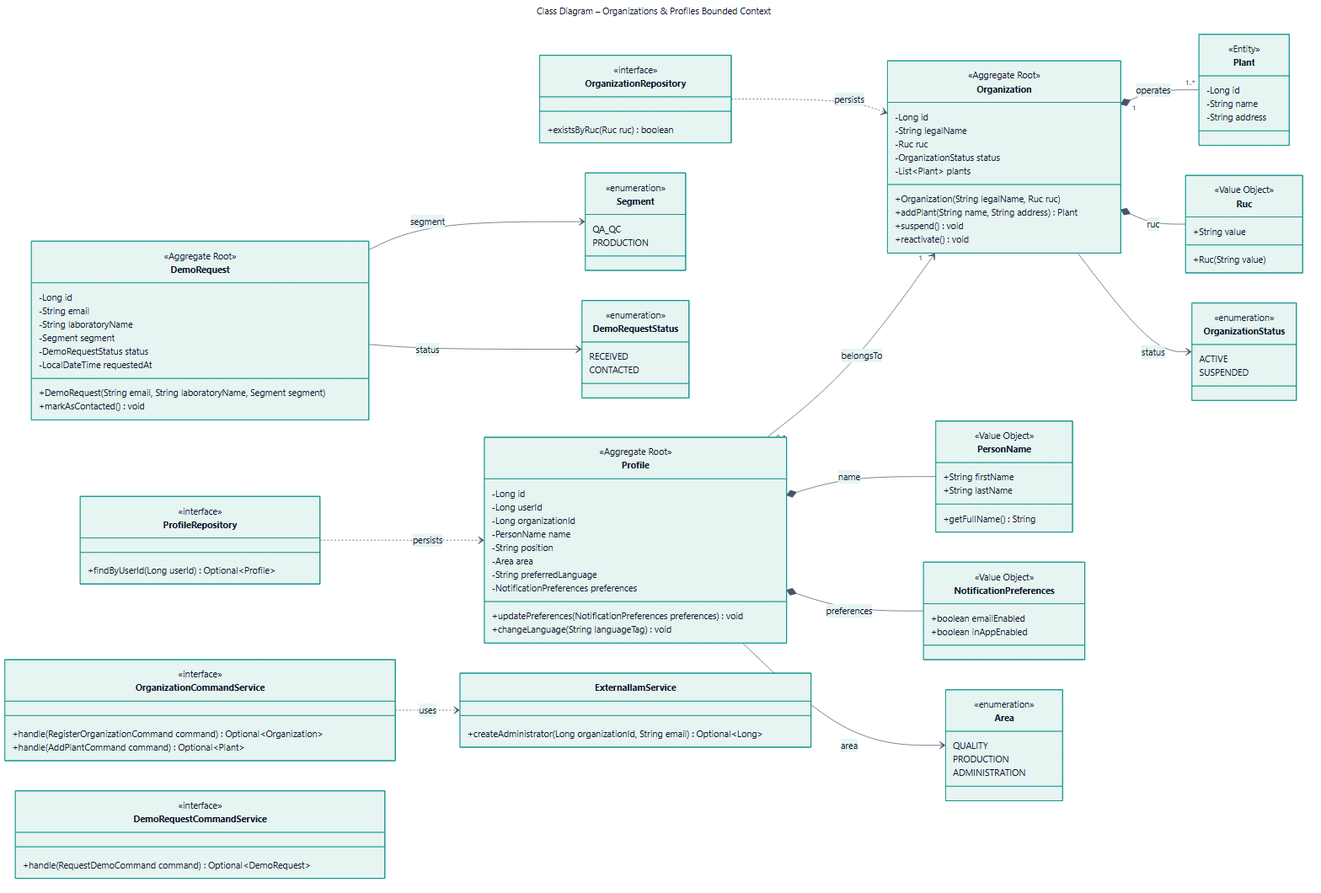
The Mermaid diagram assets/img/chapter4/diagram-class/class-02-organizations.png in IngesCompany-7742/IngesCompany-Project-Report, before a commit. Its source is kept beside it as assets/diagrams/mermaid/class-02-organizations.mmd.
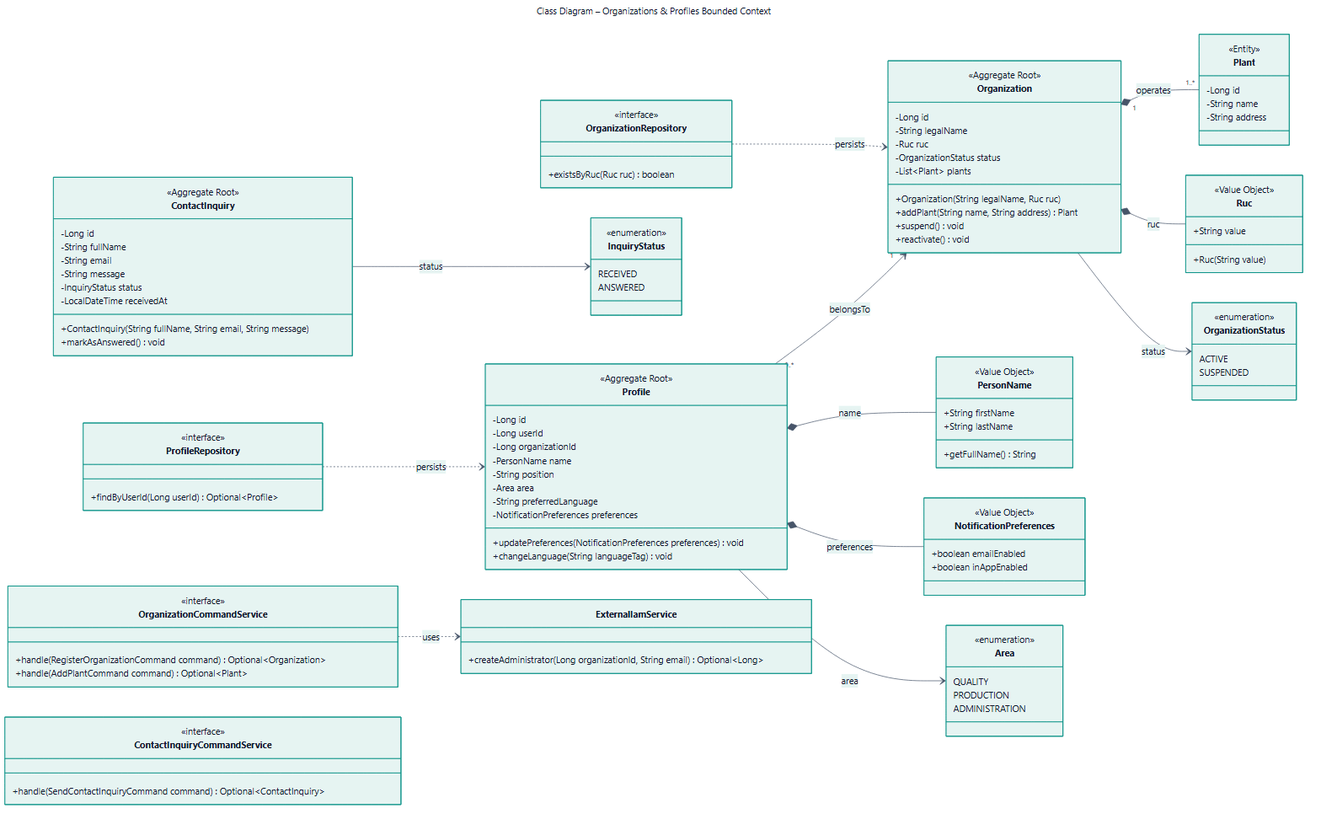
After the commit.

The edit, as a diff of the source:
```diff
@@ -50,16 +50,16 @@
     +boolean emailEnabled
     +boolean inAppEnabled
   }
-  class DemoRequest {
+  class ContactInquiry {
     <<Aggregate Root>>
     -Long id
+    -String fullName
     -String email
-    -String laboratoryName
-    -Segment segment
-    -DemoRequestStatus status
-    -LocalDateTime requestedAt
-    +DemoRequest(String email, String laboratoryName, Segment segment)
-    +markAsContacted() void
+    -String message
+    -InquiryStatus status
+    -LocalDateTime receivedAt
+    +ContactInquiry(String fullName, String email, String message)
+    +markAsAnswered() void
   }
   class OrganizationStatus {
     <<enumeration>>
@@ -72,15 +72,10 @@
     PRODUCTION
     ADMINISTRATION
   }
-  class Segment {
-    <<enumeration>>
-    QA_QC
-    PRODUCTION
-  }
-  class DemoRequestStatus {
+  class InquiryStatus {
     <<enumeration>>
     RECEIVED
-    CONTACTED
+    ANSWERED
   }
   class OrganizationRepository {
     <<interface>>
@@ -95,9 +90,9 @@
     +handle(RegisterOrganizationCommand command) Optional~Organization~
     +handle(AddPlantCommand command) Optional~Plant~
   }
-  class DemoRequestCommandService {
+  class ContactInquiryCommandService {
     <<interface>>
-    +handle(RequestDemoCommand command) Optional~DemoRequest~
+    +handle(SendContactInquiryCommand command) Optional~ContactInquiry~
   }
   class ExternalIamService {
     +createAdministrator(Long organizationId, String email) Optional~Long~
@@ -109,8 +104,7 @@
   Profile *-- PersonName : name
   Profile *-- NotificationPreferences : preferences
   Profile --> Area : area
-  DemoRequest --> Segment : segment
-  DemoRequest --> DemoRequestStatus : status
+  ContactInquiry --> InquiryStatus : status
   OrganizationRepository ..> Organization : persists
   ProfileRepository ..> Profile : persists
   OrganizationCommandService ..> ExternalIamService : uses
```
